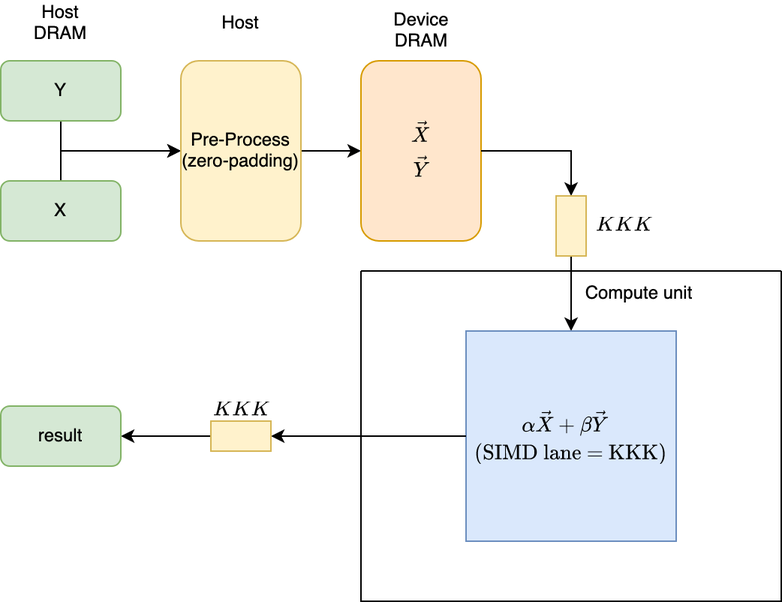
This is DirectProgramming/C++SYCL_FPGA/ReferenceDesigns/productive_libraries/blas/reconfigurable_vecadd/figures/vecadd_systolic_array.png from ronghongbo/oneAPI-samples, a draw.io export, as it was before one commit. Source tidied: cells renumbered, new cells last; positions are measured from the earlier drawing's top-left corner, leaving out a move shared by most shapes.
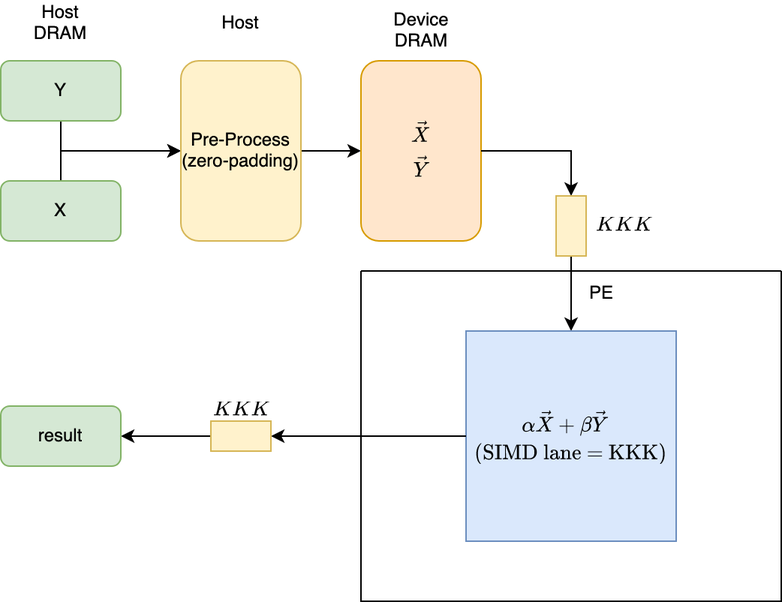
After the commit.

Commit message:
Update vecadd README && dotprod README

Diff of the diagram source:
```diff
@@ -47,8 +47,8 @@
     <mxCell id="16" value="$$\begin{aligned}&amp;amp;\alpha\vec{X}+\beta\vec{Y}\\(\text{SIM}&amp;amp;\text{D } \text{lane = KKK})\end{aligned}$$" style="whiteSpace=wrap;html=1;fillColor=#dae8fc;strokeColor=#6c8ebf;" parent="15" vertex="1">
       <mxGeometry x="70" y="40" width="140" height="140" as="geometry" />
     </mxCell>
-    <mxCell id="17" value="Compute unit" style="text;html=1;align=center;verticalAlign=middle;strokeColor=none;fillColor=none;" parent="15" vertex="1">
-      <mxGeometry x="140" width="90" height="30" as="geometry" />
+    <mxCell id="17" value="PE" style="text;html=1;align=center;verticalAlign=middle;strokeColor=none;fillColor=none;" parent="15" vertex="1">
+      <mxGeometry x="140" width="40" height="30" as="geometry" />
     </mxCell>
     <mxCell id="18" style="edgeStyle=orthogonalEdgeStyle;rounded=0;jettySize=auto;html=1;exitX=0;exitY=0.5;exitDx=0;exitDy=0;entryX=1;entryY=0.5;entryDx=0;entryDy=0;" parent="1" edge="1" source="16" target="19">
       <mxGeometry relative="1" as="geometry" />
```
